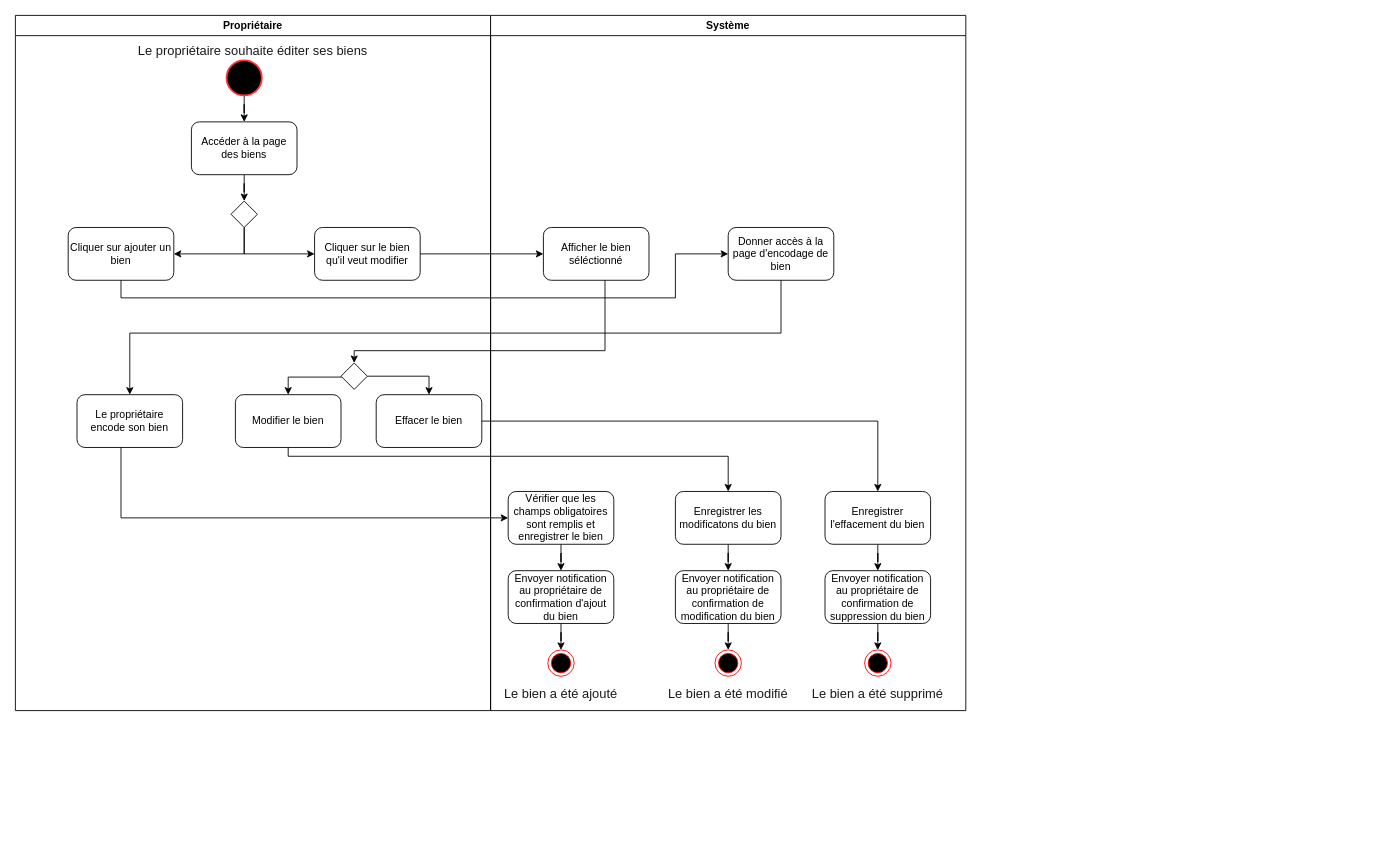
Earlier version of the draw.io diagram page "Editer bien" (10 of 20) of Ko-loc (1).drawio (Julienthum/Co-Lock). Source tidied: cells renumbered, new cells numbered last; positions are measured from the earlier drawing's top-left corner, leaving out a move shared by most shapes. Both pictures are drawn from the tidied source at 88%, with x=0, y=0 at pixel (15, 15).
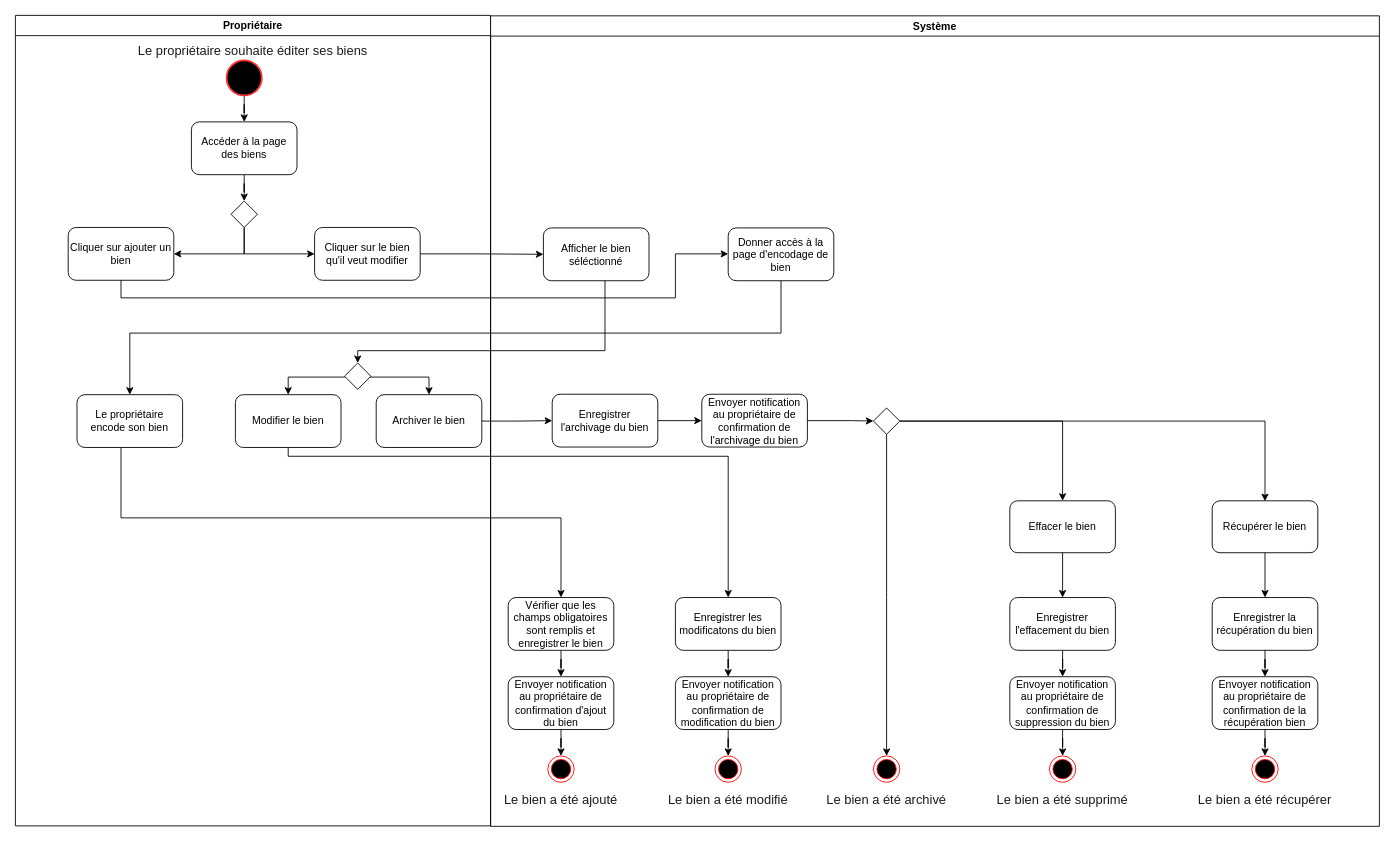
Above is the later version.

The change refers to these unchanged cells:
```xml
<mxCell id="18" value="Le propriétaire encode son bien" style="rounded=1;whiteSpace=wrap;html=1;fontSize=12;strokeColor=#000000;fillColor=#FFFFFF;" parent="2" vertex="1">
  <mxGeometry x="70" y="431" width="120" height="60" as="geometry" />
</mxCell>
<mxCell id="20" value="Afficher le bien séléctionné" style="rounded=1;whiteSpace=wrap;html=1;fontSize=12;strokeColor=#000000;fillColor=#FFFFFF;" parent="19" vertex="1">
  <mxGeometry x="60" y="241" width="120" height="60" as="geometry" />
</mxCell>
```

What changed in the source:
```diff
@@
     <mxCell id="2" value="Propriétaire" style="swimlane;fontSize=12;strokeColor=#000000;fillColor=#FFFFFF;startSize=23;" parent="1" vertex="1">
-      <mxGeometry width="540" height="790" as="geometry" />
+      <mxGeometry width="540" height="921" as="geometry" />
     </mxCell>
@@
     <mxCell id="13" style="edgeStyle=orthogonalEdgeStyle;rounded=0;jettySize=auto;html=1;entryX=0.5;entryY=0;entryDx=0;entryDy=0;fontSize=12;" parent="2" edge="1" source="15" target="16">
-      <mxGeometry relative="1" as="geometry" />
+      <mxGeometry relative="1" as="geometry">
+        <Array as="points">
+          <mxPoint x="470" y="411" />
+        </Array>
+      </mxGeometry>
     </mxCell>
@@
     <mxCell id="15" style="rhombus;whiteSpace=wrap;html=1;fontSize=12;strokeColor=#000000;fillColor=#FFFFFF;" parent="2" vertex="1">
-      <mxGeometry x="370" y="395" width="30" height="30" as="geometry" />
+      <mxGeometry x="374" y="395" width="30" height="30" as="geometry" />
     </mxCell>
-    <mxCell id="16" value="Effacer le bien" style="rounded=1;whiteSpace=wrap;html=1;fontSize=12;strokeColor=#000000;fillColor=#FFFFFF;" parent="2" vertex="1">
+    <mxCell id="16" value="Archiver le bien" style="rounded=1;whiteSpace=wrap;html=1;fontSize=12;strokeColor=#000000;fillColor=#FFFFFF;" parent="2" vertex="1">
       <mxGeometry x="410" y="431" width="120" height="60" as="geometry" />
     </mxCell>
@@
     <mxCell id="19" value="Système" style="swimlane;fontSize=12;strokeColor=#000000;fillColor=#FFFFFF;" parent="1" vertex="1">
-      <mxGeometry x="540" width="540" height="790" as="geometry" />
+      <mxGeometry x="540" y="0.5" width="1010" height="921" as="geometry" />
     </mxCell>
@@
     <mxCell id="22" value="Enregistrer l'effacement du bien" style="rounded=1;whiteSpace=wrap;html=1;fontSize=12;strokeColor=#000000;fillColor=#FFFFFF;" parent="19" vertex="1">
-      <mxGeometry x="380" y="541" width="120" height="60" as="geometry" />
+      <mxGeometry x="590" y="661" width="120" height="60" as="geometry" />
     </mxCell>
@@
     <mxCell id="24" value="Enregistrer les modificatons du bien" style="rounded=1;whiteSpace=wrap;html=1;fontSize=12;strokeColor=#000000;fillColor=#FFFFFF;" parent="19" vertex="1">
-      <mxGeometry x="210" y="541" width="120" height="60" as="geometry" />
+      <mxGeometry x="210" y="661" width="120" height="60" as="geometry" />
     </mxCell>
@@
     <mxCell id="27" value="Vérifier que les champs obligatoires sont remplis et enregistrer le bien" style="rounded=1;whiteSpace=wrap;html=1;fontSize=12;strokeColor=#000000;fillColor=#FFFFFF;" parent="19" vertex="1">
-      <mxGeometry x="20" y="541" width="120" height="60" as="geometry" />
+      <mxGeometry x="20" y="661" width="120" height="60" as="geometry" />
     </mxCell>
@@
     <mxCell id="29" value="Envoyer notification au propriétaire de confirmation d'ajout du bien" style="rounded=1;whiteSpace=wrap;html=1;fontSize=12;strokeColor=#000000;fillColor=#FFFFFF;" parent="19" vertex="1">
-      <mxGeometry x="20" y="631" width="120" height="60" as="geometry" />
+      <mxGeometry x="20" y="751" width="120" height="60" as="geometry" />
     </mxCell>
@@
     <mxCell id="31" value="Envoyer notification au propriétaire de confirmation de modification du bien" style="rounded=1;whiteSpace=wrap;html=1;fontSize=12;strokeColor=#000000;fillColor=#FFFFFF;" parent="19" vertex="1">
-      <mxGeometry x="210" y="631" width="120" height="60" as="geometry" />
+      <mxGeometry x="210" y="751" width="120" height="60" as="geometry" />
     </mxCell>
@@
     <mxCell id="33" value="Envoyer notification au propriétaire de confirmation de suppression du bien" style="rounded=1;whiteSpace=wrap;html=1;fontSize=12;strokeColor=#000000;fillColor=#FFFFFF;" parent="19" vertex="1">
-      <mxGeometry x="380" y="631" width="120" height="60" as="geometry" />
+      <mxGeometry x="590" y="751" width="120" height="60" as="geometry" />
     </mxCell>
     <mxCell id="34" style="ellipse;html=1;shape=endState;fillColor=#000000;strokeColor=#ff0000;fontSize=12;" parent="19" vertex="1">
-      <mxGeometry x="65" y="721" width="30" height="30" as="geometry" />
+      <mxGeometry x="65" y="841" width="30" height="30" as="geometry" />
     </mxCell>
     <mxCell id="35" style="ellipse;html=1;shape=endState;fillColor=#000000;strokeColor=#ff0000;fontSize=12;" parent="19" vertex="1">
-      <mxGeometry x="255" y="721" width="30" height="30" as="geometry" />
+      <mxGeometry x="255" y="841" width="30" height="30" as="geometry" />
     </mxCell>
     <mxCell id="36" style="ellipse;html=1;shape=endState;fillColor=#000000;strokeColor=#ff0000;fontSize=12;" parent="19" vertex="1">
-      <mxGeometry x="425" y="721" width="30" height="30" as="geometry" />
+      <mxGeometry x="635" y="841" width="30" height="30" as="geometry" />
     </mxCell>
     <mxCell id="37" value="&lt;font color=&quot;#1a1a1a&quot; face=&quot;calibri, sans-serif&quot;&gt;&lt;span style=&quot;font-size: 14.6667px&quot;&gt;Le bien a été ajouté&lt;/span&gt;&lt;/font&gt;" style="text;html=1;strokeColor=none;fillColor=none;align=center;verticalAlign=middle;whiteSpace=wrap;rounded=0;fontSize=14;" parent="19" vertex="1">
-      <mxGeometry x="-10" y="761" width="180" height="20" as="geometry" />
+      <mxGeometry x="-10" y="881" width="180" height="20" as="geometry" />
     </mxCell>
     <mxCell id="38" value="&lt;font color=&quot;#1a1a1a&quot; face=&quot;calibri, sans-serif&quot;&gt;&lt;span style=&quot;font-size: 14.6667px&quot;&gt;Le bien a été modifié&lt;/span&gt;&lt;/font&gt;" style="text;html=1;strokeColor=none;fillColor=none;align=center;verticalAlign=middle;whiteSpace=wrap;rounded=0;fontSize=14;" parent="19" vertex="1">
-      <mxGeometry x="180" y="761" width="180" height="20" as="geometry" />
+      <mxGeometry x="180" y="881" width="180" height="20" as="geometry" />
     </mxCell>
     <mxCell id="39" value="&lt;font color=&quot;#1a1a1a&quot; face=&quot;calibri, sans-serif&quot;&gt;&lt;span style=&quot;font-size: 14.6667px&quot;&gt;Le bien a été supprimé&lt;/span&gt;&lt;/font&gt;" style="text;html=1;strokeColor=none;fillColor=none;align=center;verticalAlign=middle;whiteSpace=wrap;rounded=0;fontSize=14;" parent="19" vertex="1">
-      <mxGeometry x="350" y="761" width="180" height="20" as="geometry" />
+      <mxGeometry x="560" y="881" width="180" height="20" as="geometry" />
     </mxCell>
+    <mxCell id="47" value="Effacer le bien" style="rounded=1;whiteSpace=wrap;html=1;fontSize=12;strokeColor=#000000;fillColor=#FFFFFF;" parent="19" vertex="1">
+      <mxGeometry x="590" y="551.1" width="120" height="59" as="geometry" />
+    </mxCell>
+    <mxCell id="43" style="edgeStyle=orthogonalEdgeStyle;rounded=0;jettySize=auto;html=1;entryX=0.5;entryY=0;entryDx=0;entryDy=0;fontSize=12;startArrow=none;exitX=0.5;exitY=1;exitDx=0;exitDy=0;" parent="19" edge="1" source="47" target="22">
+      <mxGeometry relative="1" as="geometry" />
+    </mxCell>
+    <mxCell id="48" value="Enregistrer l'archivage du bien" style="rounded=1;whiteSpace=wrap;html=1;fontSize=12;strokeColor=#000000;fillColor=#FFFFFF;" parent="19" vertex="1">
+      <mxGeometry x="70" y="430" width="120" height="60" as="geometry" />
+    </mxCell>
+    <mxCell id="49" value="Envoyer notification au propriétaire de confirmation de l'archivage du bien" style="rounded=1;whiteSpace=wrap;html=1;fontSize=12;strokeColor=#000000;fillColor=#FFFFFF;" parent="19" vertex="1">
+      <mxGeometry x="240" y="430" width="120" height="60" as="geometry" />
+    </mxCell>
+    <mxCell id="50" style="edgeStyle=orthogonalEdgeStyle;rounded=0;jettySize=auto;html=1;fontSize=12;" parent="19" edge="1" source="48" target="49">
+      <mxGeometry relative="1" as="geometry" />
+    </mxCell>
+    <mxCell id="51" style="ellipse;html=1;shape=endState;fillColor=#000000;strokeColor=#ff0000;fontSize=12;" parent="19" vertex="1">
+      <mxGeometry x="435" y="841" width="30" height="30" as="geometry" />
+    </mxCell>
+    <mxCell id="52" value="&lt;font color=&quot;#1a1a1a&quot; face=&quot;calibri, sans-serif&quot;&gt;&lt;span style=&quot;font-size: 14.6667px&quot;&gt;Le bien a été archivé&lt;/span&gt;&lt;/font&gt;" style="text;html=1;strokeColor=none;fillColor=none;align=center;verticalAlign=middle;whiteSpace=wrap;rounded=0;fontSize=14;" parent="19" vertex="1">
+      <mxGeometry x="360" y="881" width="180" height="20" as="geometry" />
+    </mxCell>
+    <mxCell id="53" style="rhombus;whiteSpace=wrap;html=1;fontSize=12;strokeColor=#000000;fillColor=#FFFFFF;" parent="19" vertex="1">
+      <mxGeometry x="435" y="445.5" width="30" height="30" as="geometry" />
+    </mxCell>
+    <mxCell id="54" value="Enregistrer la récupération du bien" style="rounded=1;whiteSpace=wrap;html=1;fontSize=12;strokeColor=#000000;fillColor=#FFFFFF;" parent="19" vertex="1">
+      <mxGeometry x="820" y="661" width="120" height="60" as="geometry" />
+    </mxCell>
+    <mxCell id="55" value="Envoyer notification au propriétaire de confirmation de la récupération bien" style="rounded=1;whiteSpace=wrap;html=1;fontSize=12;strokeColor=#000000;fillColor=#FFFFFF;" parent="19" vertex="1">
+      <mxGeometry x="820" y="751" width="120" height="60" as="geometry" />
+    </mxCell>
+    <mxCell id="56" style="edgeStyle=orthogonalEdgeStyle;rounded=0;jettySize=auto;html=1;fontSize=12;" parent="19" edge="1" source="54" target="55">
+      <mxGeometry relative="1" as="geometry" />
+    </mxCell>
+    <mxCell id="57" style="ellipse;html=1;shape=endState;fillColor=#000000;strokeColor=#ff0000;fontSize=12;" parent="19" vertex="1">
+      <mxGeometry x="865" y="841" width="30" height="30" as="geometry" />
+    </mxCell>
+    <mxCell id="58" style="edgeStyle=orthogonalEdgeStyle;rounded=0;jettySize=auto;html=1;fontSize=12;" parent="19" edge="1" source="55" target="57">
+      <mxGeometry relative="1" as="geometry" />
+    </mxCell>
+    <mxCell id="59" value="&lt;font color=&quot;#1a1a1a&quot; face=&quot;calibri, sans-serif&quot;&gt;&lt;span style=&quot;font-size: 14.6667px&quot;&gt;Le bien a été récupérer&lt;/span&gt;&lt;/font&gt;" style="text;html=1;strokeColor=none;fillColor=none;align=center;verticalAlign=middle;whiteSpace=wrap;rounded=0;fontSize=14;" parent="19" vertex="1">
+      <mxGeometry x="790" y="881" width="180" height="20" as="geometry" />
+    </mxCell>
+    <mxCell id="60" value="Récupérer le bien" style="rounded=1;whiteSpace=wrap;html=1;fontSize=12;strokeColor=#000000;fillColor=#FFFFFF;" parent="19" vertex="1">
+      <mxGeometry x="820" y="551.1" width="120" height="59" as="geometry" />
+    </mxCell>
+    <mxCell id="61" style="edgeStyle=orthogonalEdgeStyle;rounded=0;jettySize=auto;html=1;entryX=0.5;entryY=0;entryDx=0;entryDy=0;fontSize=12;startArrow=none;exitX=0.5;exitY=1;exitDx=0;exitDy=0;" parent="19" edge="1" source="60" target="54">
+      <mxGeometry relative="1" as="geometry" />
+    </mxCell>
+    <mxCell id="62" style="edgeStyle=orthogonalEdgeStyle;rounded=0;jettySize=auto;html=1;entryX=0.5;entryY=0;entryDx=0;entryDy=0;fontSize=12;startArrow=none;exitX=0.5;exitY=1;exitDx=0;exitDy=0;" parent="19" edge="1" source="53" target="51">
+      <mxGeometry relative="1" as="geometry">
+        <Array as="points">
+          <mxPoint x="450" y="661" />
+          <mxPoint x="450" y="661" />
+        </Array>
+      </mxGeometry>
+    </mxCell>
+    <mxCell id="63" style="edgeStyle=orthogonalEdgeStyle;rounded=0;jettySize=auto;html=1;fontSize=12;startArrow=none;exitX=1;exitY=0.5;exitDx=0;exitDy=0;entryX=0;entryY=0.5;entryDx=0;entryDy=0;" parent="19" edge="1" source="49" target="53">
+      <mxGeometry relative="1" as="geometry">
+        <Array as="points">
+          <mxPoint x="410" y="460" />
+          <mxPoint x="435" y="461" />
+        </Array>
+      </mxGeometry>
+    </mxCell>
+    <mxCell id="64" style="edgeStyle=orthogonalEdgeStyle;rounded=0;jettySize=auto;html=1;fontSize=12;startArrow=none;exitX=1;exitY=0.5;exitDx=0;exitDy=0;entryX=0.5;entryY=0;entryDx=0;entryDy=0;" parent="19" edge="1" source="53" target="47">
+      <mxGeometry relative="1" as="geometry">
+        <Array as="points">
+          <mxPoint x="650" y="461" />
+        </Array>
+      </mxGeometry>
+    </mxCell>
+    <mxCell id="65" style="edgeStyle=orthogonalEdgeStyle;rounded=0;orthogonalLoop=1;jettySize=auto;html=1;fontSize=12;startArrow=none;exitX=1;exitY=0.5;exitDx=0;exitDy=0;" parent="19" edge="1">
+      <mxGeometry relative="1" as="geometry">
+        <mxPoint x="465" y="460.5" as="sourcePoint" />
+        <mxPoint x="880" y="551.5" as="targetPoint" />
+        <Array as="points">
+          <mxPoint x="880" y="461" />
+          <mxPoint x="880" y="551" />
+        </Array>
+      </mxGeometry>
+    </mxCell>
@@
     <mxCell id="41" style="edgeStyle=orthogonalEdgeStyle;rounded=0;jettySize=auto;html=1;entryX=0.5;entryY=0;entryDx=0;entryDy=0;fontSize=12;" parent="1" edge="1" source="20" target="15">
       <mxGeometry relative="1" as="geometry">
         <Array as="points">
           <mxPoint x="670" y="381" />
-          <mxPoint x="385" y="381" />
+          <mxPoint x="389" y="381" />
         </Array>
       </mxGeometry>
     </mxCell>
@@
-    <mxCell id="43" style="edgeStyle=orthogonalEdgeStyle;rounded=0;jettySize=auto;html=1;entryX=0.5;entryY=0;entryDx=0;entryDy=0;fontSize=12;" parent="1" edge="1" source="16" target="22">
-      <mxGeometry relative="1" as="geometry" />
-    </mxCell>
@@
-    <mxCell id="46" style="edgeStyle=orthogonalEdgeStyle;rounded=0;jettySize=auto;html=1;entryX=0;entryY=0.5;entryDx=0;entryDy=0;fontSize=12;" parent="1" edge="1" source="18" target="27">
+    <mxCell id="46" style="edgeStyle=orthogonalEdgeStyle;rounded=0;jettySize=auto;html=1;fontSize=12;" parent="1" edge="1" source="18" target="27">
       <mxGeometry relative="1" as="geometry">
         <Array as="points">
           <mxPoint x="120" y="571" />
+          <mxPoint x="620" y="571" />
         </Array>
       </mxGeometry>
     </mxCell>
+    <mxCell id="66" style="edgeStyle=orthogonalEdgeStyle;rounded=0;jettySize=auto;html=1;exitX=1;exitY=0.5;exitDx=0;exitDy=0;" parent="1" edge="1" source="16" target="48">
+      <mxGeometry relative="1" as="geometry" />
+    </mxCell>
```
